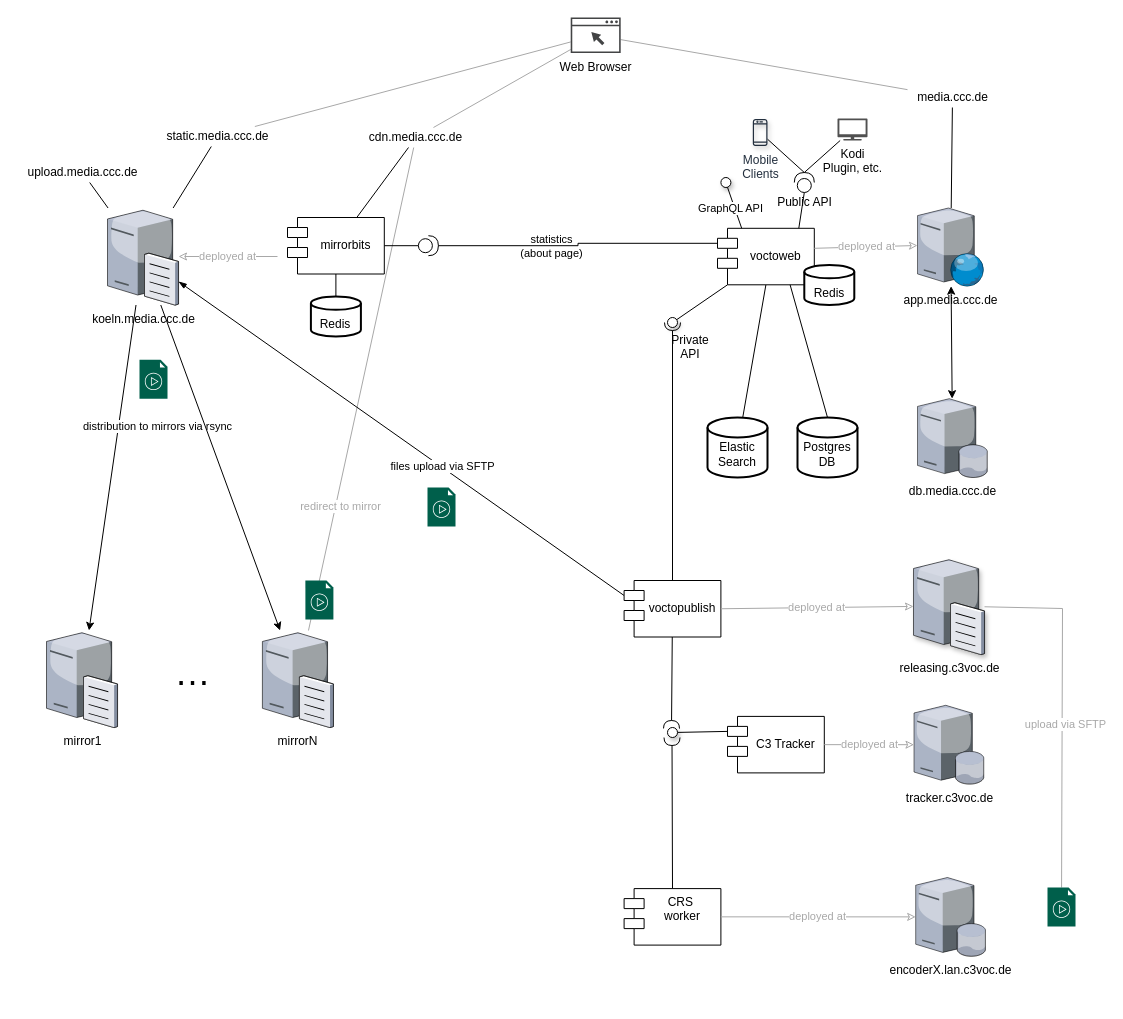
The draw.io diagram Untitled Diagram.drawio in saerdnaer/diagrams, before the edit. Source tidied: cells renumbered, new cells numbered last; positions are measured from the earlier drawing's top-left corner, leaving out a move shared by most shapes. Both pictures are drawn from the tidied source at 100%, with x=0, y=0 at pixel (17, 17). Pictures stored in the file or linked from it are replaced by grey dashed boxes.
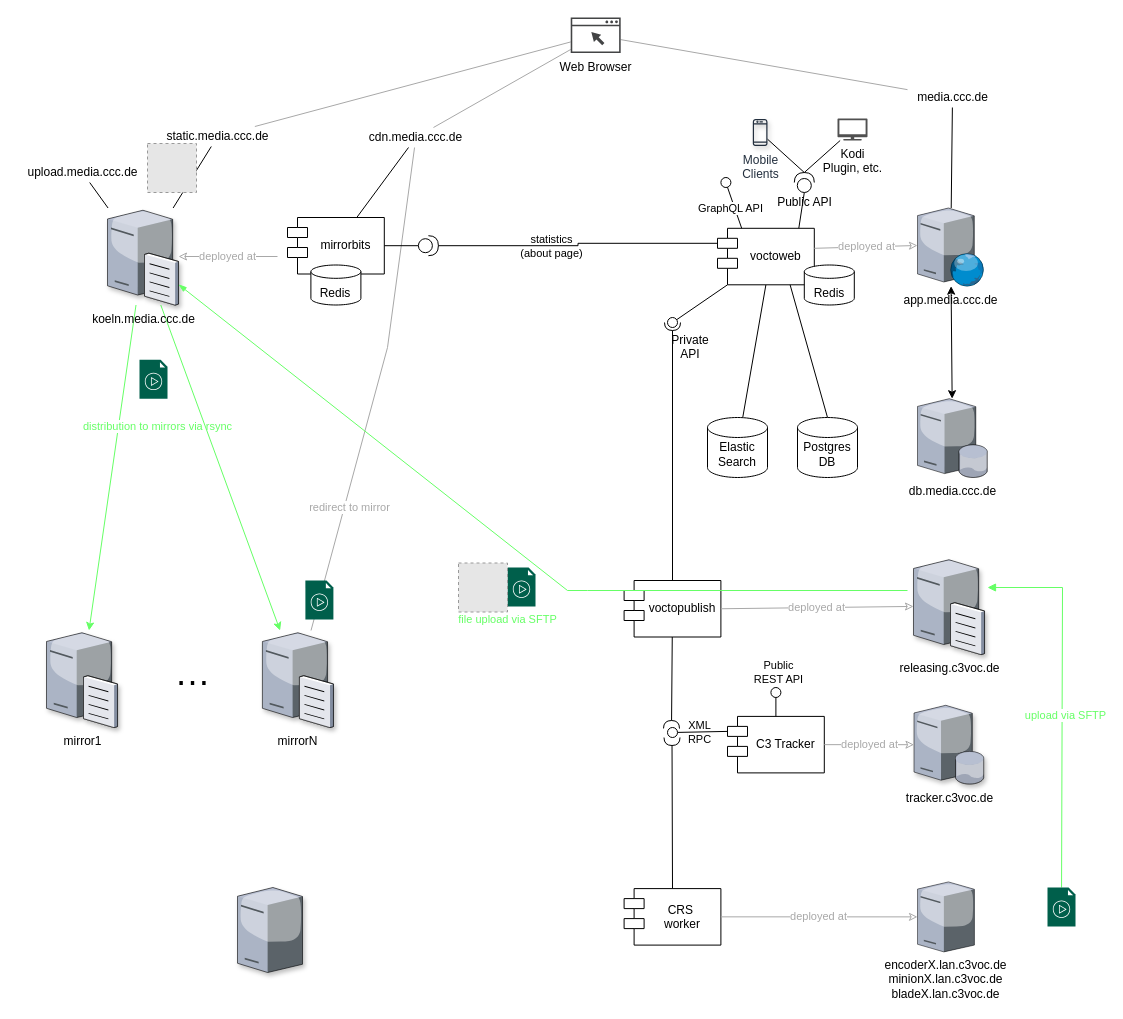
Above is the later version.

The change refers to these unchanged cells:
```xml
<mxCell id="25" value="cdn.media.ccc.de" style="text;html=1;align=center;verticalAlign=middle;points=[];" parent="1" vertex="1">
  <mxGeometry x="343.4" y="110" width="110" height="20" as="geometry" />
</mxCell>
<mxCell id="54" value="&#10;voctopublish" style="shape=module;align=left;spacingLeft=20;align=center;verticalAlign=top;" parent="1" vertex="1">
  <mxGeometry x="606.6" y="563" width="96.8" height="56.5" as="geometry" />
</mxCell>
<mxCell id="55" value="&#10;C3 Tracker" style="shape=module;align=left;spacingLeft=20;align=center;verticalAlign=top;" parent="1" vertex="1">
  <mxGeometry x="710" y="698.9" width="96.8" height="56.5" as="geometry" />
</mxCell>
<mxCell id="57" value="releasing.c3voc.de" style="verticalLabelPosition=bottom;html=1;verticalAlign=top;strokeColor=none;align=center;outlineConnect=0;shape=mxgraph.citrix.file_server;shadow=1;" parent="1" vertex="1">
  <mxGeometry x="896" y="540" width="71" height="97" as="geometry" />
</mxCell>
<mxCell id="58" style="rounded=0;jettySize=auto;html=1;endArrow=none;endFill=0;exitX=0;exitY=0;exitDx=0;exitDy=15;exitPerimeter=0;" parent="1" edge="1" source="55" target="60">
  <mxGeometry relative="1" as="geometry" />
</mxCell>
<mxCell id="73" style="shadow=0;dashed=0;html=1;strokeColor=none;fillColor=#005F4B;labelPosition=center;verticalLabelPosition=bottom;verticalAlign=top;align=center;outlineConnect=0;shape=mxgraph.veeam2.video_file;" parent="1" vertex="1">
  <mxGeometry x="1030" y="870" width="28" height="39" as="geometry" />
</mxCell>
```

Change to the diagram source:
```diff
@@
-    <mxCell id="4" style="edgeStyle=none;rounded=0;jettySize=auto;html=1;" parent="1" edge="1" source="7" target="9">
+    <mxCell id="4" style="edgeStyle=none;rounded=0;jettySize=auto;html=1;strokeColor=#66FF66;" parent="1" edge="1" source="7" target="9">
       <mxGeometry relative="1" as="geometry" />
     </mxCell>
-    <mxCell id="5" value="distribution to mirrors via rsync" style="edgeLabel;html=1;align=center;verticalAlign=middle;" parent="4" vertex="1">
+    <mxCell id="5" value="distribution to mirrors via rsync" style="edgeLabel;html=1;align=center;verticalAlign=middle;fontColor=#66FF66;" parent="4" vertex="1">
       <mxGeometry x="-0.26" y="-1" relative="1" as="geometry">
         <mxPoint x="39.9" as="offset" />
       </mxGeometry>
     </mxCell>
-    <mxCell id="6" style="edgeStyle=none;rounded=0;jettySize=auto;html=1;" parent="1" edge="1" source="7" target="8">
+    <mxCell id="6" style="edgeStyle=none;rounded=0;jettySize=auto;html=1;strokeColor=#66FF66;" parent="1" edge="1" source="7" target="8">
       <mxGeometry relative="1" as="geometry" />
     </mxCell>
-    <mxCell id="7" value="koeln.media.ccc.de" style="verticalLabelPosition=bottom;html=1;verticalAlign=top;strokeColor=none;align=center;outlineConnect=0;shape=mxgraph.citrix.file_server;" parent="1" vertex="1">
+    <mxCell id="7" value="koeln.media.ccc.de" style="verticalLabelPosition=bottom;html=1;verticalAlign=top;strokeColor=none;align=center;outlineConnect=0;shape=mxgraph.citrix.file_server;shadow=1;" parent="1" vertex="1">
       <mxGeometry x="90" y="190.5" width="71" height="97" as="geometry" />
     </mxCell>
-    <mxCell id="8" value="mirrorN" style="verticalLabelPosition=bottom;html=1;verticalAlign=top;strokeColor=none;align=center;outlineConnect=0;shape=mxgraph.citrix.file_server;" parent="1" vertex="1">
+    <mxCell id="8" value="mirrorN" style="verticalLabelPosition=bottom;html=1;verticalAlign=top;strokeColor=none;align=center;outlineConnect=0;shape=mxgraph.citrix.file_server;shadow=1;" parent="1" vertex="1">
       <mxGeometry x="244.9" y="613" width="71" height="97" as="geometry" />
     </mxCell>
-    <mxCell id="9" value="mirror1" style="verticalLabelPosition=bottom;html=1;verticalAlign=top;strokeColor=none;align=center;outlineConnect=0;shape=mxgraph.citrix.file_server;" parent="1" vertex="1">
+    <mxCell id="9" value="mirror1" style="verticalLabelPosition=bottom;html=1;verticalAlign=top;strokeColor=none;align=center;outlineConnect=0;shape=mxgraph.citrix.file_server;shadow=1;" parent="1" vertex="1">
       <mxGeometry x="29" y="613" width="71" height="97" as="geometry" />
     </mxCell>
@@
-    <mxCell id="16" value="&lt;br&gt;Postgres DB" style="strokeWidth=2;html=1;shape=mxgraph.flowchart.database;whiteSpace=wrap;" parent="1" vertex="1">
+    <mxCell id="16" value="&lt;br&gt;Postgres DB" style="strokeWidth=1;html=1;shape=mxgraph.flowchart.database;whiteSpace=wrap;" parent="1" vertex="1">
       <mxGeometry x="780" y="400" width="60" height="60" as="geometry" />
     </mxCell>
-    <mxCell id="17" value="&lt;br&gt;Elastic Search" style="strokeWidth=2;html=1;shape=mxgraph.flowchart.database;whiteSpace=wrap;" parent="1" vertex="1">
+    <mxCell id="17" value="&lt;br&gt;Elastic Search" style="strokeWidth=1;html=1;shape=mxgraph.flowchart.database;whiteSpace=wrap;" parent="1" vertex="1">
       <mxGeometry x="690" y="400" width="60" height="60" as="geometry" />
     </mxCell>
@@
-    <mxCell id="20" value="&lt;br&gt;Redis" style="strokeWidth=2;html=1;shape=mxgraph.flowchart.database;whiteSpace=wrap;" parent="1" vertex="1">
-      <mxGeometry x="293.4" y="279" width="50" height="40" as="geometry" />
+    <mxCell id="20" value="&lt;br&gt;Redis" style="strokeWidth=1;html=1;shape=mxgraph.flowchart.database;whiteSpace=wrap;" parent="1" vertex="1">
+      <mxGeometry x="293.4" y="247.5" width="50" height="40" as="geometry" />
     </mxCell>
@@
     <mxCell id="23" style="edgeStyle=none;rounded=0;jettySize=auto;html=1;startArrow=none;startFill=0;endArrow=none;endFill=0;strokeColor=#A8A8A8;fontColor=#A8A8A8;" parent="1" edge="1" source="25" target="8">
-      <mxGeometry relative="1" as="geometry" />
+      <mxGeometry relative="1" as="geometry">
+        <Array as="points">
+          <mxPoint x="370" y="330" />
+        </Array>
+      </mxGeometry>
     </mxCell>
@@
-    <mxCell id="39" style="ellipse;whiteSpace=wrap;html=1;fontFamily=Helvetica;fontSize=12;fontColor=#000000;align=center;strokeColor=#000000;fillColor=#ffffff;points=[];shadow=1;" parent="1" vertex="1">
+    <mxCell id="39" style="ellipse;whiteSpace=wrap;html=1;fontFamily=Helvetica;fontSize=12;fontColor=#000000;align=center;strokeColor=#000000;fillColor=#ffffff;points=[];shadow=0;" parent="1" vertex="1">
       <mxGeometry x="703.4" y="160" width="10" height="10" as="geometry" />
     </mxCell>
     <mxCell id="40" style="shadow=0;dashed=0;html=1;strokeColor=none;fillColor=#005F4B;labelPosition=center;verticalLabelPosition=bottom;verticalAlign=top;align=center;shape=mxgraph.veeam2.video_file;" parent="1" vertex="1">
-      <mxGeometry x="410" y="470" width="28" height="39" as="geometry" />
+      <mxGeometry x="490" y="550" width="28" height="39" as="geometry" />
     </mxCell>
@@
-    <mxCell id="51" value="Private API" style="ellipse;whiteSpace=wrap;html=1;fontFamily=Helvetica;fontSize=12;fontColor=#000000;align=center;strokeColor=#000000;fillColor=#ffffff;points=[];shadow=1;verticalAlign=top;spacingTop=4;spacingRight=3;spacing=7;spacingLeft=39;" parent="1" vertex="1">
+    <mxCell id="51" value="Private API" style="ellipse;whiteSpace=wrap;html=1;fontFamily=Helvetica;fontSize=12;fontColor=#000000;align=center;strokeColor=#000000;fillColor=#ffffff;points=[];shadow=0;verticalAlign=top;spacingTop=4;spacingRight=3;spacing=7;spacingLeft=39;" parent="1" vertex="1">
       <mxGeometry x="650" y="300" width="10" height="10" as="geometry" />
     </mxCell>
-    <mxCell id="52" style="rounded=0;jettySize=auto;html=1;exitX=0;exitY=0;exitDx=0;exitDy=15;exitPerimeter=0;startArrow=none;startFill=0;endArrow=blockThin;endFill=1;" parent="1" edge="1" source="54" target="7">
-      <mxGeometry relative="1" as="geometry" />
-    </mxCell>
-    <mxCell id="53" value="files upload via SFTP" style="edgeLabel;html=1;align=center;verticalAlign=middle;" parent="52" vertex="1">
-      <mxGeometry x="-0.18" y="-1" relative="1" as="geometry" />
-    </mxCell>
@@
-    <mxCell id="56" value="tracker.c3voc.de" style="verticalLabelPosition=bottom;html=1;verticalAlign=top;strokeColor=none;align=center;outlineConnect=0;shape=mxgraph.citrix.database_server;" parent="1" vertex="1">
+    <mxCell id="56" value="tracker.c3voc.de" style="verticalLabelPosition=bottom;html=1;verticalAlign=top;strokeColor=none;align=center;outlineConnect=0;shape=mxgraph.citrix.database_server;shadow=1;" parent="1" vertex="1">
       <mxGeometry x="896.5" y="687.8" width="70" height="78.8" as="geometry" />
     </mxCell>
@@
+    <mxCell id="75" value="&lt;font color=&quot;#000000&quot;&gt;XML &lt;br&gt;RPC&lt;/font&gt;" style="edgeLabel;html=1;align=center;verticalAlign=middle;fontColor=#A8A8A8;labelBackgroundColor=none;" parent="58" vertex="1">
+      <mxGeometry x="0.16" relative="1" as="geometry" />
+    </mxCell>
@@
-    <mxCell id="60" style="ellipse;whiteSpace=wrap;html=1;fontFamily=Helvetica;fontSize=12;fontColor=#000000;align=center;strokeColor=#000000;fillColor=#ffffff;points=[];shadow=1;labelBackgroundColor=none;" parent="1" vertex="1">
+    <mxCell id="60" style="ellipse;whiteSpace=wrap;html=1;fontFamily=Helvetica;fontSize=12;fontColor=#000000;align=center;strokeColor=#000000;fillColor=#ffffff;points=[];shadow=0;labelBackgroundColor=none;" parent="1" vertex="1">
       <mxGeometry x="650" y="710" width="10" height="10" as="geometry" />
     </mxCell>
@@
-    <mxCell id="65" style="edgeStyle=none;rounded=0;jettySize=auto;html=1;startArrow=none;startFill=0;endArrow=none;endFill=0;strokeColor=#A8A8A8;fontColor=#A8A8A8;" parent="1" edge="1" source="73" target="57">
+    <mxCell id="65" style="edgeStyle=none;rounded=0;jettySize=auto;html=1;startArrow=none;startFill=0;endArrow=block;endFill=1;fontColor=#A8A8A8;strokeColor=#66FF66;" parent="1" edge="1" source="73">
       <mxGeometry relative="1" as="geometry">
+        <mxPoint x="970" y="570" as="targetPoint" />
         <Array as="points">
-          <mxPoint x="1045" y="591" />
+          <mxPoint x="1045" y="570" />
         </Array>
       </mxGeometry>
     </mxCell>
-    <mxCell id="66" value="upload via SFTP" style="edgeLabel;html=1;align=center;verticalAlign=middle;fontColor=#A8A8A8;" parent="65" vertex="1">
+    <mxCell id="66" value="upload via SFTP" style="edgeLabel;html=1;align=center;verticalAlign=middle;fontColor=#66FF66;" parent="65" vertex="1">
       <mxGeometry x="-0.08" y="-3" relative="1" as="geometry" />
     </mxCell>
-    <mxCell id="67" value="CRS &#10;worker" style="shape=module;align=left;spacingLeft=20;align=center;verticalAlign=top;" parent="1" vertex="1">
+    <mxCell id="67" value="CRS &#10;worker" style="shape=module;align=left;spacingLeft=20;align=center;verticalAlign=middle;" parent="1" vertex="1">
       <mxGeometry x="606.6" y="871.1" width="96.8" height="56.5" as="geometry" />
     </mxCell>
@@
-    <mxCell id="70" value="&lt;br&gt;Redis" style="strokeWidth=2;html=1;shape=mxgraph.flowchart.database;whiteSpace=wrap;" parent="1" vertex="1">
+    <mxCell id="70" value="&lt;br&gt;Redis" style="strokeWidth=1;html=1;shape=mxgraph.flowchart.database;whiteSpace=wrap;" parent="1" vertex="1">
       <mxGeometry x="786.8" y="247.5" width="50" height="40" as="geometry" />
     </mxCell>
-    <mxCell id="71" value="encoderX.lan.c3voc.de" style="verticalLabelPosition=bottom;html=1;verticalAlign=top;strokeColor=none;align=center;outlineConnect=0;shape=mxgraph.citrix.database_server;" parent="1" vertex="1">
-      <mxGeometry x="898.2" y="860" width="70" height="78.8" as="geometry" />
+    <mxCell id="71" value="encoderX.lan.c3voc.de&lt;br&gt;minionX.lan.c3voc.de&lt;br&gt;bladeX.lan.c3voc.de" style="verticalLabelPosition=bottom;html=1;verticalAlign=top;strokeColor=none;align=center;outlineConnect=0;shape=mxgraph.citrix.tower_server;" parent="1" vertex="1">
+      <mxGeometry x="900" y="864.4" width="56.9" height="70" as="geometry" />
     </mxCell>
@@
+    <mxCell id="76" value="Public &lt;br&gt;REST API" style="edgeLabel;html=1;align=center;verticalAlign=middle;" parent="1" vertex="1">
+      <mxGeometry x="763.4" y="655" as="geometry">
+        <mxPoint x="-3" y="-1" as="offset" />
+      </mxGeometry>
+    </mxCell>
+    <mxCell id="77" style="edgeStyle=none;rounded=0;jettySize=auto;html=1;startArrow=none;startFill=0;endArrow=none;endFill=0;fontColor=#A8A8A8;" parent="1" edge="1" source="78" target="55">
+      <mxGeometry relative="1" as="geometry" />
+    </mxCell>
+    <mxCell id="78" style="ellipse;whiteSpace=wrap;html=1;fontFamily=Helvetica;fontSize=12;fontColor=#000000;align=center;strokeColor=#000000;fillColor=#ffffff;points=[];shadow=0;" parent="1" vertex="1">
+      <mxGeometry x="753.4" y="670" width="10" height="10" as="geometry" />
+    </mxCell>
+    <mxCell id="52" style="rounded=0;jettySize=auto;html=1;startArrow=none;startFill=0;endArrow=blockThin;endFill=1;strokeColor=#66FF66;" parent="1" edge="1" target="7">
+      <mxGeometry relative="1" as="geometry">
+        <mxPoint x="890" y="573" as="sourcePoint" />
+        <Array as="points">
+          <mxPoint x="570" y="573" />
+          <mxPoint x="550" y="573" />
+        </Array>
+      </mxGeometry>
+    </mxCell>
+    <mxCell id="53" value="file upload via SFTP" style="edgeLabel;html=1;align=center;verticalAlign=middle;fontColor=#66FF66;" parent="52" vertex="1">
+      <mxGeometry x="-0.18" y="-1" relative="1" as="geometry">
+        <mxPoint x="-59.8" y="30.4" as="offset" />
+      </mxGeometry>
+    </mxCell>
+    <mxCell id="79" style="fillColor=#E6E6E6;strokeColor=#999999;dashed=1;html=1;verticalAlign=top;verticalLabelPosition=bottom;labelBackgroundColor=#ffffff;fontColor=#66FF66;align=center;" parent="1" vertex="1">
+      <mxGeometry x="441" y="545.5" width="49" height="49" as="geometry" />
+    </mxCell>
+    <mxCell id="80" style="fillColor=#E6E6E6;strokeColor=#999999;dashed=1;html=1;verticalAlign=top;verticalLabelPosition=bottom;labelBackgroundColor=#ffffff;fontColor=#66FF66;align=center;" parent="1" vertex="1">
+      <mxGeometry x="130" y="126" width="49" height="49" as="geometry" />
+    </mxCell>
+    <mxCell id="81" style="verticalLabelPosition=bottom;html=1;verticalAlign=top;strokeColor=none;align=center;shape=mxgraph.citrix.tower_server;shadow=1;labelBackgroundColor=none;fontColor=#66FF66;" parent="1" vertex="1">
+      <mxGeometry x="220" y="870" width="65" height="85" as="geometry" />
+    </mxCell>
```
